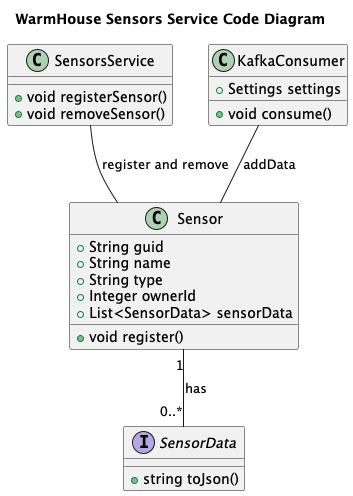
The PlantUML diagram docs/img/C4_code_sensors.png in Tazya/architecture-sprint-3, before a commit.
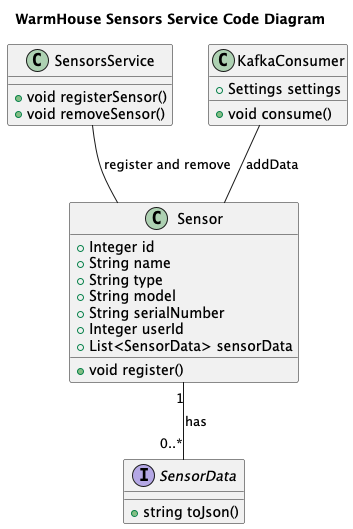
Later version of the same file.

The edit, as a diff of the source:
```diff
@@ -4,10 +4,12 @@
 top to bottom direction
 
 class Sensor {
-  +String guid
+  +Integer id
   +String name
   +String type
-  +Integer ownerId
+  +String model
+  +String serialNumber
+  +Integer userId
   +List<SensorData> sensorData
   +void register()
 }
```
